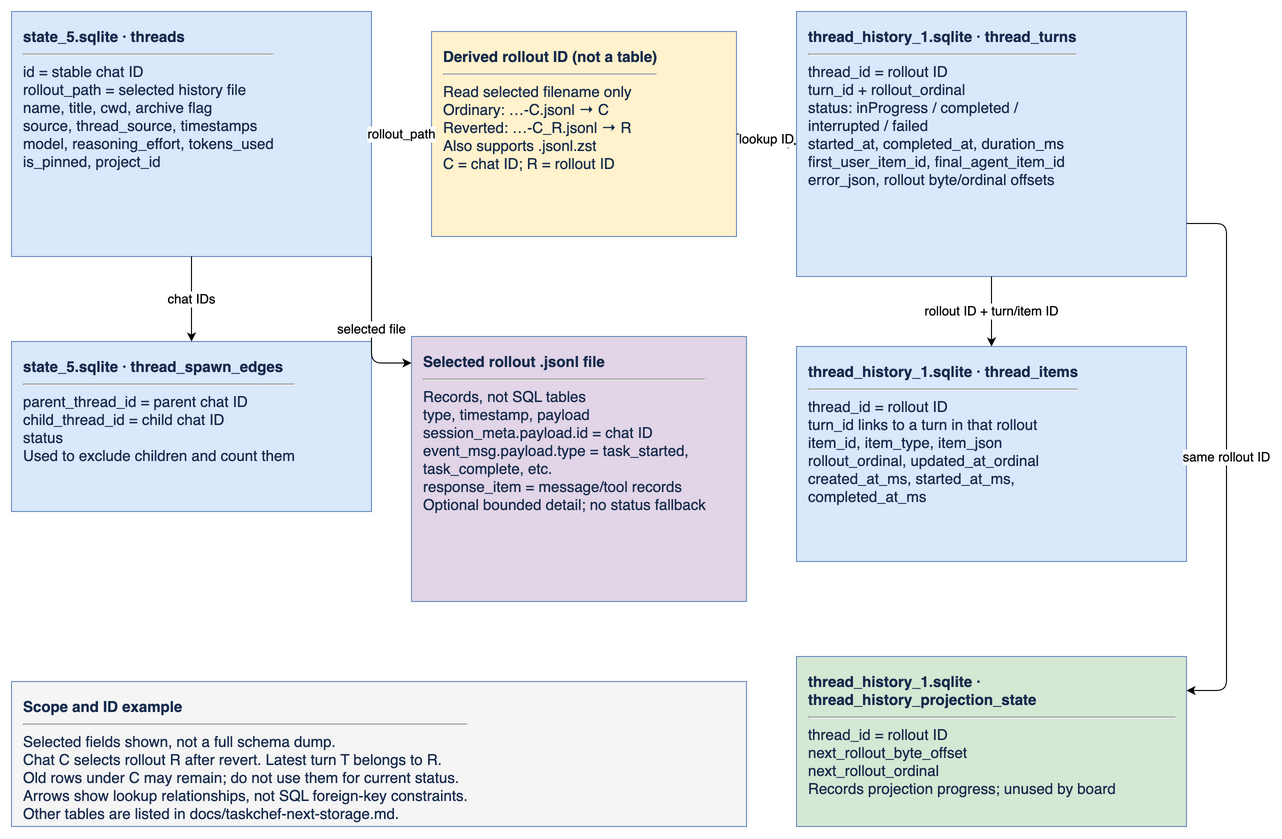
Earlier version of the draw.io export docs/diagrams/taskchef-next-storage.drawio.png (favoyang/taskchef). Source tidied: cells renumbered, new cells last; positions are measured from the earlier drawing's top-left corner, leaving out a move shared by most shapes. The source it was exported from:
```xml
<mxGraphModel background="#ffffff">
  <root>
    <mxCell id="0" />
    <mxCell id="1" parent="0" />
    <mxCell id="2" value="&lt;b&gt;state_5.sqlite · threads&lt;/b&gt;&lt;hr&gt;id = stable chat ID&lt;br&gt;rollout_path = selected history file&lt;br&gt;name, title, cwd, archive flag&lt;br&gt;source, thread_source, timestamps&lt;br&gt;model, reasoning_effort, tokens_used&lt;br&gt;is_pinned, project_id" style="rounded=0;whiteSpace=wrap;html=1;align=left;verticalAlign=top;spacing=12;fontSize=15;fillColor=#dae8fc;strokeColor=#6c8ebf;fontColor=#172b4d;" parent="1" vertex="1">
      <mxGeometry width="360" height="245" as="geometry" />
    </mxCell>
    <mxCell id="3" value="&lt;b&gt;Derived rollout ID (not a table)&lt;/b&gt;&lt;hr&gt;Read selected filename only&lt;br&gt;Ordinary: …-C.jsonl → C&lt;br&gt;Reverted: …-C_R.jsonl → R&lt;br&gt;Also supports .jsonl.zst&lt;br&gt;C = chat ID; R = rollout ID" style="rounded=0;whiteSpace=wrap;html=1;align=left;verticalAlign=top;spacing=12;fontSize=15;fillColor=#fff2cc;strokeColor=#6c8ebf;fontColor=#172b4d;" parent="1" vertex="1">
      <mxGeometry x="420" y="20" width="305" height="205" as="geometry" />
    </mxCell>
    <mxCell id="4" value="&lt;b&gt;thread_history_1.sqlite · thread_turns&lt;/b&gt;&lt;hr&gt;thread_id = rollout ID&lt;br&gt;turn_id + rollout_ordinal&lt;br&gt;status: inProgress / completed /&lt;br&gt;interrupted / failed&lt;br&gt;started_at, completed_at, duration_ms&lt;br&gt;first_user_item_id, final_agent_item_id&lt;br&gt;error_json, rollout byte/ordinal offsets" style="rounded=0;whiteSpace=wrap;html=1;align=left;verticalAlign=top;spacing=12;fontSize=15;fillColor=#dae8fc;strokeColor=#6c8ebf;fontColor=#172b4d;" parent="1" vertex="1">
      <mxGeometry x="785" width="390" height="265" as="geometry" />
    </mxCell>
    <mxCell id="5" value="&lt;b&gt;state_5.sqlite · thread_spawn_edges&lt;/b&gt;&lt;hr&gt;parent_thread_id = parent chat ID&lt;br&gt;child_thread_id = child chat ID&lt;br&gt;status&lt;br&gt;Used to exclude children and count them" style="rounded=0;whiteSpace=wrap;html=1;align=left;verticalAlign=top;spacing=12;fontSize=15;fillColor=#dae8fc;strokeColor=#6c8ebf;fontColor=#172b4d;" parent="1" vertex="1">
      <mxGeometry y="330" width="360" height="170" as="geometry" />
    </mxCell>
    <mxCell id="6" value="&lt;b&gt;Selected rollout .jsonl file&lt;/b&gt;&lt;hr&gt;Records, not SQL tables&lt;br&gt;type, timestamp, payload&lt;br&gt;session_meta.payload.id = chat ID&lt;br&gt;event_msg.payload.type = task_started,&lt;br&gt;task_complete, etc.&lt;br&gt;response_item = message/tool records&lt;br&gt;Optional bounded detail; no status fallback" style="rounded=0;whiteSpace=wrap;html=1;align=left;verticalAlign=top;spacing=12;fontSize=15;fillColor=#e1d5e7;strokeColor=#6c8ebf;fontColor=#172b4d;" parent="1" vertex="1">
      <mxGeometry x="400" y="325" width="335" height="265" as="geometry" />
    </mxCell>
    <mxCell id="7" value="&lt;b&gt;thread_history_1.sqlite · thread_items&lt;/b&gt;&lt;hr&gt;thread_id = rollout ID&lt;br&gt;turn_id links to a turn in that rollout&lt;br&gt;item_id, item_type, item_json&lt;br&gt;rollout_ordinal, updated_at_ordinal&lt;br&gt;created_at_ms, started_at_ms,&lt;br&gt;completed_at_ms" style="rounded=0;whiteSpace=wrap;html=1;align=left;verticalAlign=top;spacing=12;fontSize=15;fillColor=#dae8fc;strokeColor=#6c8ebf;fontColor=#172b4d;" parent="1" vertex="1">
      <mxGeometry x="785" y="335" width="390" height="215" as="geometry" />
    </mxCell>
    <mxCell id="8" value="&lt;b&gt;thread_history_1.sqlite · thread_history_projection_state&lt;/b&gt;&lt;hr&gt;thread_id = rollout ID&lt;br&gt;next_rollout_byte_offset&lt;br&gt;next_rollout_ordinal&lt;br&gt;Records projection progress; unused by board" style="rounded=0;whiteSpace=wrap;html=1;align=left;verticalAlign=top;spacing=12;fontSize=15;fillColor=#d5e8d4;strokeColor=#6c8ebf;fontColor=#172b4d;" parent="1" vertex="1">
      <mxGeometry x="785" y="645" width="390" height="170" as="geometry" />
    </mxCell>
    <mxCell id="9" value="&lt;b&gt;Scope and ID example&lt;/b&gt;&lt;hr&gt;Selected fields shown, not a full schema dump.&lt;br&gt;Chat C selects rollout R after revert. Latest turn T belongs to R.&lt;br&gt;Old rows under C may remain; do not use them for current status.&lt;br&gt;Arrows show lookup relationships, not SQL foreign-key constraints.&lt;br&gt;Other tables are listed in docs/taskchef-next-storage.md." style="rounded=0;whiteSpace=wrap;html=1;align=left;verticalAlign=top;spacing=12;fontSize=15;fillColor=#f5f5f5;strokeColor=#6c8ebf;fontColor=#172b4d;" parent="1" vertex="1">
      <mxGeometry y="670" width="735" height="145" as="geometry" />
    </mxCell>
    <mxCell id="10" value="rollout_path" style="edgeStyle=orthogonalEdgeStyle;rounded=1;html=1;fontSize=13;labelBackgroundColor=#ffffff;endArrow=classic;" parent="1" edge="1" source="2" target="3">
      <mxGeometry relative="1" as="geometry" />
    </mxCell>
    <mxCell id="11" value="lookup ID" style="edgeStyle=orthogonalEdgeStyle;rounded=1;html=1;fontSize=13;labelBackgroundColor=#ffffff;endArrow=classic;" parent="1" edge="1" source="3" target="4">
      <mxGeometry relative="1" as="geometry" />
    </mxCell>
    <mxCell id="12" value="chat IDs" style="edgeStyle=orthogonalEdgeStyle;rounded=1;html=1;fontSize=13;labelBackgroundColor=#ffffff;endArrow=classic;" parent="1" edge="1" source="2" target="5">
      <mxGeometry relative="1" as="geometry" />
    </mxCell>
    <mxCell id="13" value="selected file" style="edgeStyle=orthogonalEdgeStyle;rounded=1;html=1;fontSize=13;labelBackgroundColor=#ffffff;endArrow=classic;exitX=1;exitY=1;entryX=0;entryY=0.1;" parent="1" edge="1" source="2" target="6">
      <mxGeometry relative="1" as="geometry" />
    </mxCell>
    <mxCell id="14" value="rollout ID + turn/item ID" style="edgeStyle=orthogonalEdgeStyle;rounded=1;html=1;fontSize=13;labelBackgroundColor=#ffffff;endArrow=classic;" parent="1" edge="1" source="4" target="7">
      <mxGeometry relative="1" as="geometry" />
    </mxCell>
    <mxCell id="15" value="same rollout ID" style="edgeStyle=orthogonalEdgeStyle;rounded=1;html=1;fontSize=13;labelBackgroundColor=#ffffff;endArrow=classic;exitX=1;exitY=0.8;entryX=1;entryY=0.2;jettySize=40;" parent="1" edge="1" source="4" target="8">
      <mxGeometry relative="1" as="geometry" />
    </mxCell>
  </root>
</mxGraphModel>
```
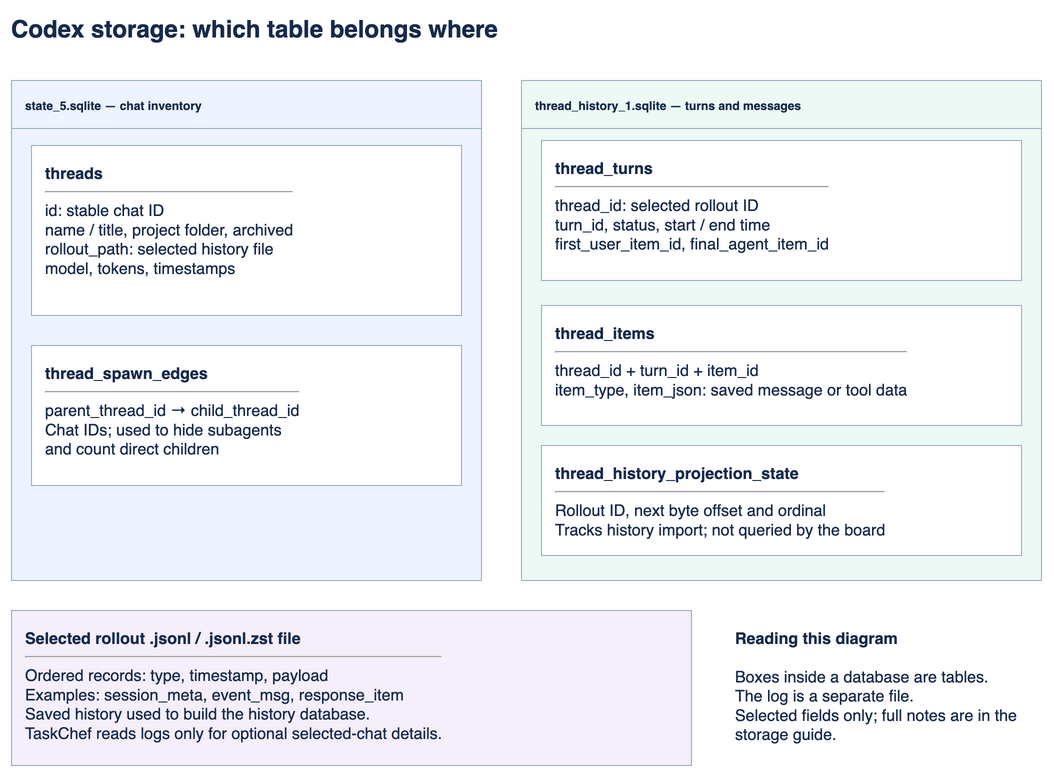
Later version of the same file.

Diff of the diagram source:
```diff
@@ -2,47 +2,35 @@
   <root>
     <mxCell id="0" />
     <mxCell id="1" parent="0" />
+    <mxCell id="16" value="&lt;b&gt;Codex storage: which table belongs where&lt;/b&gt;" style="whiteSpace=wrap;html=1;fontSize=16;fontColor=#172b4d;align=left;verticalAlign=top;spacing=14;fillColor=#ffffff;strokeColor=#9caec2;fillColor=none;strokeColor=none;fontSize=24;spacing=0;" parent="1" vertex="1">
+      <mxGeometry y="-20" width="1030" height="45" as="geometry" />
+    </mxCell>
+    <mxCell id="17" value="&lt;b&gt;state_5.sqlite — chat inventory&lt;/b&gt;" style="whiteSpace=wrap;html=1;fontSize=16;fontColor=#172b4d;align=left;verticalAlign=top;spacing=14;fillColor=#ffffff;strokeColor=#9caec2;swimlane;startSize=48;fillColor=#edf4ff;swimlaneFillColor=#edf4ff;" parent="1" vertex="1">
+      <mxGeometry y="50" width="470" height="500" as="geometry" />
+    </mxCell>
-    <mxCell id="2" value="&lt;b&gt;state_5.sqlite · threads&lt;/b&gt;&lt;hr&gt;id = stable chat ID&lt;br&gt;rollout_path = selected history file&lt;br&gt;name, title, cwd, archive flag&lt;br&gt;source, thread_source, timestamps&lt;br&gt;model, reasoning_effort, tokens_used&lt;br&gt;is_pinned, project_id" style="rounded=0;whiteSpace=wrap;html=1;align=left;verticalAlign=top;spacing=12;fontSize=15;fillColor=#dae8fc;strokeColor=#6c8ebf;fontColor=#172b4d;" parent="1" vertex="1">
-      <mxGeometry width="360" height="245" as="geometry" />
+    <mxCell id="2" value="&lt;b&gt;threads&lt;/b&gt;&lt;hr&gt;id: stable chat ID&lt;br&gt;name / title, project folder, archived&lt;br&gt;rollout_path: selected history file&lt;br&gt;model, tokens, timestamps" style="whiteSpace=wrap;html=1;fontSize=16;fontColor=#172b4d;align=left;verticalAlign=top;spacing=14;fillColor=#ffffff;strokeColor=#9caec2;" parent="17" vertex="1">
+      <mxGeometry x="20" y="65" width="430" height="170" as="geometry" />
     </mxCell>
-    <mxCell id="3" value="&lt;b&gt;Derived rollout ID (not a table)&lt;/b&gt;&lt;hr&gt;Read selected filename only&lt;br&gt;Ordinary: …-C.jsonl → C&lt;br&gt;Reverted: …-C_R.jsonl → R&lt;br&gt;Also supports .jsonl.zst&lt;br&gt;C = chat ID; R = rollout ID" style="rounded=0;whiteSpace=wrap;html=1;align=left;verticalAlign=top;spacing=12;fontSize=15;fillColor=#fff2cc;strokeColor=#6c8ebf;fontColor=#172b4d;" parent="1" vertex="1">
-      <mxGeometry x="420" y="20" width="305" height="205" as="geometry" />
-    </mxCell>
+    <mxCell id="18" value="&lt;b&gt;thread_spawn_edges&lt;/b&gt;&lt;hr&gt;parent_thread_id → child_thread_id&lt;br&gt;Chat IDs; used to hide subagents&lt;br&gt;and count direct children" style="whiteSpace=wrap;html=1;fontSize=16;fontColor=#172b4d;align=left;verticalAlign=top;spacing=14;fillColor=#ffffff;strokeColor=#9caec2;" parent="17" vertex="1">
+      <mxGeometry x="20" y="265" width="430" height="140" as="geometry" />
+    </mxCell>
+    <mxCell id="19" value="&lt;b&gt;thread_history_1.sqlite — turns and messages&lt;/b&gt;" style="whiteSpace=wrap;html=1;fontSize=16;fontColor=#172b4d;align=left;verticalAlign=top;spacing=14;fillColor=#ffffff;strokeColor=#9caec2;swimlane;startSize=48;fillColor=#edf9f4;swimlaneFillColor=#edf9f4;" parent="1" vertex="1">
+      <mxGeometry x="510" y="50" width="520" height="500" as="geometry" />
+    </mxCell>
-    <mxCell id="4" value="&lt;b&gt;thread_history_1.sqlite · thread_turns&lt;/b&gt;&lt;hr&gt;thread_id = rollout ID&lt;br&gt;turn_id + rollout_ordinal&lt;br&gt;status: inProgress / completed /&lt;br&gt;interrupted / failed&lt;br&gt;started_at, completed_at, duration_ms&lt;br&gt;first_user_item_id, final_agent_item_id&lt;br&gt;error_json, rollout byte/ordinal offsets" style="rounded=0;whiteSpace=wrap;html=1;align=left;verticalAlign=top;spacing=12;fontSize=15;fillColor=#dae8fc;strokeColor=#6c8ebf;fontColor=#172b4d;" parent="1" vertex="1">
-      <mxGeometry x="785" width="390" height="265" as="geometry" />
+    <mxCell id="4" value="&lt;b&gt;thread_turns&lt;/b&gt;&lt;hr&gt;thread_id: selected rollout ID&lt;br&gt;turn_id, status, start / end time&lt;br&gt;first_user_item_id, final_agent_item_id" style="whiteSpace=wrap;html=1;fontSize=16;fontColor=#172b4d;align=left;verticalAlign=top;spacing=14;fillColor=#ffffff;strokeColor=#9caec2;" parent="19" vertex="1">
+      <mxGeometry x="20" y="60" width="480" height="140" as="geometry" />
     </mxCell>
-    <mxCell id="5" value="&lt;b&gt;state_5.sqlite · thread_spawn_edges&lt;/b&gt;&lt;hr&gt;parent_thread_id = parent chat ID&lt;br&gt;child_thread_id = child chat ID&lt;br&gt;status&lt;br&gt;Used to exclude children and count them" style="rounded=0;whiteSpace=wrap;html=1;align=left;verticalAlign=top;spacing=12;fontSize=15;fillColor=#dae8fc;strokeColor=#6c8ebf;fontColor=#172b4d;" parent="1" vertex="1">
-      <mxGeometry y="330" width="360" height="170" as="geometry" />
-    </mxCell>
-    <mxCell id="6" value="&lt;b&gt;Selected rollout .jsonl file&lt;/b&gt;&lt;hr&gt;Records, not SQL tables&lt;br&gt;type, timestamp, payload&lt;br&gt;session_meta.payload.id = chat ID&lt;br&gt;event_msg.payload.type = task_started,&lt;br&gt;task_complete, etc.&lt;br&gt;response_item = message/tool records&lt;br&gt;Optional bounded detail; no status fallback" style="rounded=0;whiteSpace=wrap;html=1;align=left;verticalAlign=top;spacing=12;fontSize=15;fillColor=#e1d5e7;strokeColor=#6c8ebf;fontColor=#172b4d;" parent="1" vertex="1">
-      <mxGeometry x="400" y="325" width="335" height="265" as="geometry" />
-    </mxCell>
-    <mxCell id="7" value="&lt;b&gt;thread_history_1.sqlite · thread_items&lt;/b&gt;&lt;hr&gt;thread_id = rollout ID&lt;br&gt;turn_id links to a turn in that rollout&lt;br&gt;item_id, item_type, item_json&lt;br&gt;rollout_ordinal, updated_at_ordinal&lt;br&gt;created_at_ms, started_at_ms,&lt;br&gt;completed_at_ms" style="rounded=0;whiteSpace=wrap;html=1;align=left;verticalAlign=top;spacing=12;fontSize=15;fillColor=#dae8fc;strokeColor=#6c8ebf;fontColor=#172b4d;" parent="1" vertex="1">
-      <mxGeometry x="785" y="335" width="390" height="215" as="geometry" />
+    <mxCell id="7" value="&lt;b&gt;thread_items&lt;/b&gt;&lt;hr&gt;thread_id + turn_id + item_id&lt;br&gt;item_type, item_json: saved message or tool data" style="whiteSpace=wrap;html=1;fontSize=16;fontColor=#172b4d;align=left;verticalAlign=top;spacing=14;fillColor=#ffffff;strokeColor=#9caec2;" parent="19" vertex="1">
+      <mxGeometry x="20" y="225" width="480" height="120" as="geometry" />
     </mxCell>
-    <mxCell id="8" value="&lt;b&gt;thread_history_1.sqlite · thread_history_projection_state&lt;/b&gt;&lt;hr&gt;thread_id = rollout ID&lt;br&gt;next_rollout_byte_offset&lt;br&gt;next_rollout_ordinal&lt;br&gt;Records projection progress; unused by board" style="rounded=0;whiteSpace=wrap;html=1;align=left;verticalAlign=top;spacing=12;fontSize=15;fillColor=#d5e8d4;strokeColor=#6c8ebf;fontColor=#172b4d;" parent="1" vertex="1">
-      <mxGeometry x="785" y="645" width="390" height="170" as="geometry" />
+    <mxCell id="8" value="&lt;b&gt;thread_history_projection_state&lt;/b&gt;&lt;hr&gt;Rollout ID, next byte offset and ordinal&lt;br&gt;Tracks history import; not queried by the board" style="whiteSpace=wrap;html=1;fontSize=16;fontColor=#172b4d;align=left;verticalAlign=top;spacing=14;fillColor=#ffffff;strokeColor=#9caec2;" parent="19" vertex="1">
+      <mxGeometry x="20" y="365" width="480" height="110" as="geometry" />
     </mxCell>
-    <mxCell id="9" value="&lt;b&gt;Scope and ID example&lt;/b&gt;&lt;hr&gt;Selected fields shown, not a full schema dump.&lt;br&gt;Chat C selects rollout R after revert. Latest turn T belongs to R.&lt;br&gt;Old rows under C may remain; do not use them for current status.&lt;br&gt;Arrows show lookup relationships, not SQL foreign-key constraints.&lt;br&gt;Other tables are listed in docs/taskchef-next-storage.md." style="rounded=0;whiteSpace=wrap;html=1;align=left;verticalAlign=top;spacing=12;fontSize=15;fillColor=#f5f5f5;strokeColor=#6c8ebf;fontColor=#172b4d;" parent="1" vertex="1">
-      <mxGeometry y="670" width="735" height="145" as="geometry" />
-    </mxCell>
-    <mxCell id="10" value="rollout_path" style="edgeStyle=orthogonalEdgeStyle;rounded=1;html=1;fontSize=13;labelBackgroundColor=#ffffff;endArrow=classic;" parent="1" edge="1" source="2" target="3">
-      <mxGeometry relative="1" as="geometry" />
-    </mxCell>
-    <mxCell id="11" value="lookup ID" style="edgeStyle=orthogonalEdgeStyle;rounded=1;html=1;fontSize=13;labelBackgroundColor=#ffffff;endArrow=classic;" parent="1" edge="1" source="3" target="4">
-      <mxGeometry relative="1" as="geometry" />
-    </mxCell>
-    <mxCell id="12" value="chat IDs" style="edgeStyle=orthogonalEdgeStyle;rounded=1;html=1;fontSize=13;labelBackgroundColor=#ffffff;endArrow=classic;" parent="1" edge="1" source="2" target="5">
-      <mxGeometry relative="1" as="geometry" />
-    </mxCell>
-    <mxCell id="13" value="selected file" style="edgeStyle=orthogonalEdgeStyle;rounded=1;html=1;fontSize=13;labelBackgroundColor=#ffffff;endArrow=classic;exitX=1;exitY=1;entryX=0;entryY=0.1;" parent="1" edge="1" source="2" target="6">
-      <mxGeometry relative="1" as="geometry" />
-    </mxCell>
-    <mxCell id="14" value="rollout ID + turn/item ID" style="edgeStyle=orthogonalEdgeStyle;rounded=1;html=1;fontSize=13;labelBackgroundColor=#ffffff;endArrow=classic;" parent="1" edge="1" source="4" target="7">
-      <mxGeometry relative="1" as="geometry" />
-    </mxCell>
-    <mxCell id="15" value="same rollout ID" style="edgeStyle=orthogonalEdgeStyle;rounded=1;html=1;fontSize=13;labelBackgroundColor=#ffffff;endArrow=classic;exitX=1;exitY=0.8;entryX=1;entryY=0.2;jettySize=40;" parent="1" edge="1" source="4" target="8">
-      <mxGeometry relative="1" as="geometry" />
-    </mxCell>
+    <mxCell id="20" value="&lt;b&gt;Selected rollout .jsonl / .jsonl.zst file&lt;/b&gt;&lt;hr&gt;Ordered records: type, timestamp, payload&lt;br&gt;Examples: session_meta, event_msg, response_item&lt;br&gt;Saved history used to build the history database.&lt;br&gt;TaskChef reads logs only for optional selected-chat details." style="whiteSpace=wrap;html=1;fontSize=16;fontColor=#172b4d;align=left;verticalAlign=top;spacing=14;fillColor=#ffffff;strokeColor=#9caec2;fillColor=#f4effa;" parent="1" vertex="1">
+      <mxGeometry y="580" width="680" height="155" as="geometry" />
+    </mxCell>
+    <mxCell id="21" value="&lt;b&gt;Reading this diagram&lt;/b&gt;&lt;br&gt;&lt;br&gt;Boxes inside a database are tables.&lt;br&gt;The log is a separate file.&lt;br&gt;Selected fields only; full notes are in the storage guide." style="whiteSpace=wrap;html=1;fontSize=16;fontColor=#172b4d;align=left;verticalAlign=top;spacing=14;fillColor=#ffffff;strokeColor=#9caec2;fillColor=none;strokeColor=none;" parent="1" vertex="1">
+      <mxGeometry x="710" y="580" width="320" height="155" as="geometry" />
+    </mxCell>
   </root>
 </mxGraphModel>
```
